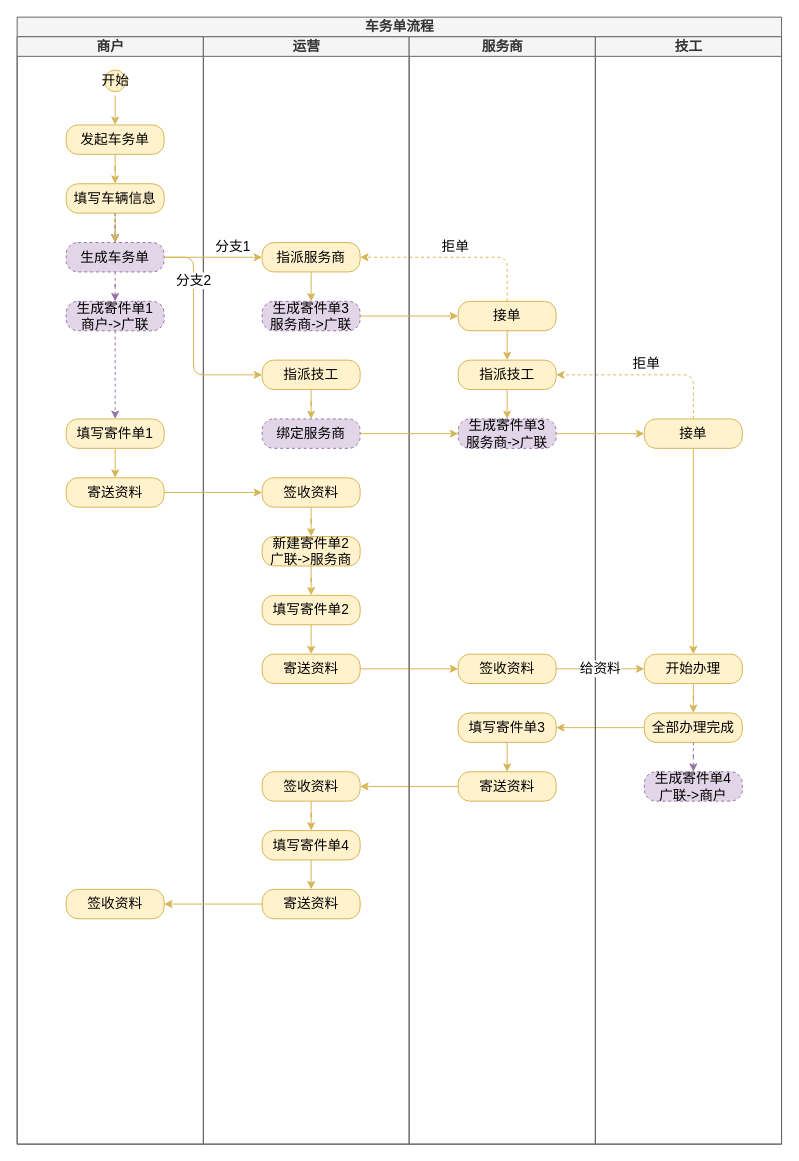
The draw.io diagram page "包活干-2.0.0" (2 of 2) of diagram-bao_huo_gan.drawio in Woobhurk/tyz-pic-repo, before the edit. Source tidied: cells renumbered, new cells numbered last; positions are measured from the earlier drawing's top-left corner, leaving out a move shared by most shapes. Both pictures are drawn from the tidied source at 98%, with x=0, y=0 at pixel (17, 17).
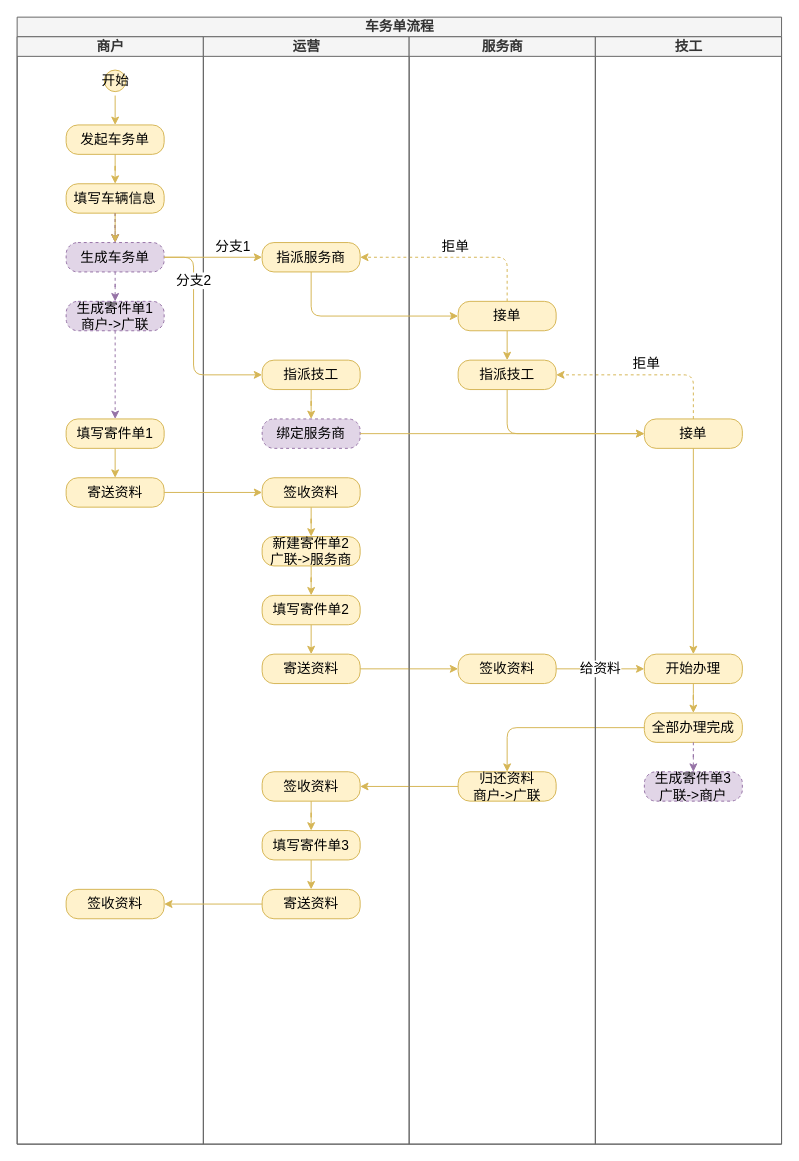
Above is the later version.

Unchanged cells that the change refers to:
```xml
<mxCell id="2" value="车务单流程" style="swimlane;html=1;startSize=20;fontSize=14;fillColor=#f5f5f5;strokeColor=#666666;fontColor=#333333;" parent="1" vertex="1">
  <mxGeometry width="780" height="1150" as="geometry" />
</mxCell>
<mxCell id="20" value="运营" style="swimlane;html=1;startSize=20;fontSize=14;fillColor=#f5f5f5;strokeColor=#666666;fontColor=#333333;" parent="2" vertex="1">
  <mxGeometry x="190" y="20" width="210" height="1130" as="geometry" />
</mxCell>
<mxCell id="22" value="指派服务商" style="rounded=1;whiteSpace=wrap;html=1;arcSize=40;sketch=0;fontSize=14;fillColor=#fff2cc;strokeColor=#d6b656;" parent="20" vertex="1">
  <mxGeometry x="60" y="210" width="100" height="30" as="geometry" />
</mxCell>
<mxCell id="38" value="绑定服务商" style="rounded=1;whiteSpace=wrap;html=1;arcSize=40;sketch=0;fontSize=14;fillColor=#e1d5e7;strokeColor=#9673a6;dashed=1;" parent="20" vertex="1">
  <mxGeometry x="60" y="390" width="100" height="30" as="geometry" />
</mxCell>
<mxCell id="46" value="服务商" style="swimlane;html=1;startSize=20;fontSize=14;fillColor=#f5f5f5;strokeColor=#666666;fontColor=#333333;" parent="2" vertex="1">
  <mxGeometry x="400" y="20" width="190" height="1130" as="geometry" />
</mxCell>
<mxCell id="48" value="接单" style="whiteSpace=wrap;html=1;rounded=1;fontSize=14;arcSize=40;sketch=0;fillColor=#fff2cc;strokeColor=#d6b656;" parent="46" vertex="1">
  <mxGeometry x="50" y="270" width="100" height="30" as="geometry" />
</mxCell>
<mxCell id="50" value="指派技工" style="whiteSpace=wrap;html=1;rounded=1;fontSize=14;arcSize=40;sketch=0;fillColor=#fff2cc;strokeColor=#d6b656;" parent="46" vertex="1">
  <mxGeometry x="50" y="330" width="100" height="30" as="geometry" />
</mxCell>
<mxCell id="56" value="技工" style="swimlane;html=1;startSize=20;fontSize=14;fillColor=#f5f5f5;strokeColor=#666666;fontColor=#333333;" parent="2" vertex="1">
  <mxGeometry x="590" y="20" width="190" height="1130" as="geometry" />
</mxCell>
<mxCell id="57" value="接单" style="whiteSpace=wrap;html=1;rounded=1;fontSize=14;arcSize=40;sketch=0;fillColor=#fff2cc;strokeColor=#d6b656;" parent="56" vertex="1">
  <mxGeometry x="50" y="390" width="100" height="30" as="geometry" />
</mxCell>
<mxCell id="60" value="全部办理完成" style="whiteSpace=wrap;html=1;rounded=1;fontSize=14;arcSize=40;sketch=0;fillColor=#fff2cc;strokeColor=#d6b656;" parent="56" vertex="1">
  <mxGeometry x="50" y="690" width="100" height="30" as="geometry" />
</mxCell>
```

The edit, as a diff of the source:
```diff
@@
-    <mxCell id="21" style="edgeStyle=orthogonalEdgeStyle;rounded=1;jettySize=auto;html=1;exitX=0.5;exitY=1;exitDx=0;exitDy=0;entryX=0.5;entryY=0;entryDx=0;entryDy=0;fillColor=#fff2cc;strokeColor=#d6b656;fontSize=14;verticalAlign=bottom;jumpStyle=arc;jumpSize=10;" parent="20" edge="1" source="22" target="23">
-      <mxGeometry relative="1" as="geometry" />
-    </mxCell>
@@
-    <mxCell id="23" value="生成寄件单3&lt;br&gt;服务商-&amp;gt;广联" style="whiteSpace=wrap;html=1;rounded=1;fontSize=14;arcSize=40;sketch=0;fillColor=#e1d5e7;strokeColor=#9673a6;dashed=1;" parent="20" vertex="1">
-      <mxGeometry x="60" y="270" width="100" height="30" as="geometry" />
-    </mxCell>
@@
-    <mxCell id="35" value="填写寄件单4" style="whiteSpace=wrap;html=1;rounded=1;fontSize=14;arcSize=40;sketch=0;fillColor=#fff2cc;strokeColor=#d6b656;" parent="20" vertex="1">
+    <mxCell id="35" value="填写寄件单3" style="whiteSpace=wrap;html=1;rounded=1;fontSize=14;arcSize=40;sketch=0;fillColor=#fff2cc;strokeColor=#d6b656;" parent="20" vertex="1">
       <mxGeometry x="60" y="810" width="100" height="30" as="geometry" />
     </mxCell>
@@
-    <mxCell id="45" style="edgeStyle=orthogonalEdgeStyle;rounded=1;jettySize=auto;html=1;fontSize=14;fillColor=#fff2cc;strokeColor=#d6b656;jumpStyle=arc;jumpSize=10;" parent="2" edge="1" source="60" target="53">
+    <mxCell id="45" style="edgeStyle=orthogonalEdgeStyle;rounded=1;jettySize=auto;html=1;fontSize=14;fillColor=#fff2cc;strokeColor=#d6b656;jumpStyle=arc;jumpSize=10;entryX=0.5;entryY=0;entryDx=0;entryDy=0;" parent="2" edge="1" source="60" target="55">
       <mxGeometry relative="1" as="geometry" />
     </mxCell>
@@
-    <mxCell id="49" style="edgeStyle=orthogonalEdgeStyle;rounded=1;jettySize=auto;html=1;exitX=0.5;exitY=1;exitDx=0;exitDy=0;entryX=0.5;entryY=0;entryDx=0;entryDy=0;fillColor=#fff2cc;strokeColor=#d6b656;fontSize=14;verticalAlign=bottom;jumpStyle=arc;jumpSize=10;" parent="46" edge="1" source="50" target="51">
-      <mxGeometry relative="1" as="geometry" />
-    </mxCell>
@@
-    <mxCell id="51" value="生成寄件单3&lt;br&gt;服务商-&amp;gt;广联" style="whiteSpace=wrap;html=1;rounded=1;fontSize=14;arcSize=40;sketch=0;fillColor=#e1d5e7;strokeColor=#9673a6;dashed=1;" parent="46" vertex="1">
-      <mxGeometry x="50" y="390" width="100" height="30" as="geometry" />
-    </mxCell>
-    <mxCell id="52" style="edgeStyle=orthogonalEdgeStyle;rounded=1;jettySize=auto;html=1;exitX=0.5;exitY=1;exitDx=0;exitDy=0;entryX=0.5;entryY=0;entryDx=0;entryDy=0;fontSize=14;fillColor=#fff2cc;strokeColor=#d6b656;jumpStyle=arc;jumpSize=10;" parent="46" edge="1" source="53" target="55">
-      <mxGeometry relative="1" as="geometry" />
-    </mxCell>
-    <mxCell id="53" value="填写寄件单3" style="whiteSpace=wrap;html=1;rounded=1;fontSize=14;arcSize=40;sketch=0;fillColor=#fff2cc;strokeColor=#d6b656;" parent="46" vertex="1">
-      <mxGeometry x="50" y="690" width="100" height="30" as="geometry" />
-    </mxCell>
@@
-    <mxCell id="55" value="寄送资料" style="whiteSpace=wrap;html=1;rounded=1;fontSize=14;arcSize=40;sketch=0;fillColor=#fff2cc;strokeColor=#d6b656;" parent="46" vertex="1">
+    <mxCell id="55" value="归还资料&lt;br&gt;商户-&amp;gt;广联" style="whiteSpace=wrap;html=1;rounded=1;fontSize=14;arcSize=40;sketch=0;fillColor=#fff2cc;strokeColor=#d6b656;" parent="46" vertex="1">
       <mxGeometry x="50" y="750" width="100" height="30" as="geometry" />
     </mxCell>
@@
-    <mxCell id="63" value="生成寄件单4&lt;br&gt;广联-&amp;gt;商户" style="whiteSpace=wrap;html=1;rounded=1;fontSize=14;arcSize=40;sketch=0;fillColor=#e1d5e7;strokeColor=#9673a6;dashed=1;" parent="56" vertex="1">
+    <mxCell id="63" value="生成寄件单3&lt;br&gt;广联-&amp;gt;商户" style="whiteSpace=wrap;html=1;rounded=1;fontSize=14;arcSize=40;sketch=0;fillColor=#e1d5e7;strokeColor=#9673a6;dashed=1;" parent="56" vertex="1">
       <mxGeometry x="50" y="750" width="100" height="30" as="geometry" />
     </mxCell>
@@
-    <mxCell id="66" style="edgeStyle=orthogonalEdgeStyle;rounded=1;jettySize=auto;html=1;exitX=1;exitY=0.5;exitDx=0;exitDy=0;entryX=0;entryY=0.5;entryDx=0;entryDy=0;fillColor=#fff2cc;strokeColor=#d6b656;fontSize=14;verticalAlign=bottom;jumpStyle=arc;jumpSize=10;" parent="2" edge="1" source="23" target="48">
-      <mxGeometry relative="1" as="geometry" />
-    </mxCell>
-    <mxCell id="67" style="edgeStyle=orthogonalEdgeStyle;rounded=1;jettySize=auto;html=1;exitX=1;exitY=0.5;exitDx=0;exitDy=0;entryX=0;entryY=0.5;entryDx=0;entryDy=0;fillColor=#fff2cc;strokeColor=#d6b656;fontSize=14;verticalAlign=bottom;jumpStyle=arc;jumpSize=10;" parent="2" edge="1" source="51" target="57">
+    <mxCell id="67" style="edgeStyle=orthogonalEdgeStyle;rounded=1;jettySize=auto;html=1;exitX=0.5;exitY=1;exitDx=0;exitDy=0;entryX=0;entryY=0.5;entryDx=0;entryDy=0;fillColor=#fff2cc;strokeColor=#d6b656;fontSize=14;verticalAlign=bottom;jumpStyle=arc;jumpSize=10;" parent="2" edge="1" source="50" target="57">
       <mxGeometry relative="1" as="geometry" />
     </mxCell>
@@
-    <mxCell id="69" style="edgeStyle=orthogonalEdgeStyle;rounded=1;jettySize=auto;html=1;exitX=1;exitY=0.5;exitDx=0;exitDy=0;entryX=0;entryY=0.5;entryDx=0;entryDy=0;fillColor=#fff2cc;strokeColor=#d6b656;jumpStyle=arc;jumpSize=10;" parent="2" edge="1" source="38" target="51">
+    <mxCell id="69" style="edgeStyle=orthogonalEdgeStyle;rounded=1;jettySize=auto;html=1;exitX=1;exitY=0.5;exitDx=0;exitDy=0;entryX=0;entryY=0.5;entryDx=0;entryDy=0;fillColor=#fff2cc;strokeColor=#d6b656;jumpStyle=arc;jumpSize=10;" parent="2" edge="1" source="38" target="57">
       <mxGeometry relative="1" as="geometry" />
     </mxCell>
+    <mxCell id="21" style="edgeStyle=orthogonalEdgeStyle;rounded=1;jettySize=auto;html=1;exitX=0.5;exitY=1;exitDx=0;exitDy=0;entryX=0;entryY=0.5;entryDx=0;entryDy=0;fillColor=#fff2cc;strokeColor=#d6b656;fontSize=14;verticalAlign=bottom;jumpStyle=arc;jumpSize=10;" parent="2" edge="1" source="22" target="48">
+      <mxGeometry relative="1" as="geometry" />
+    </mxCell>
```
